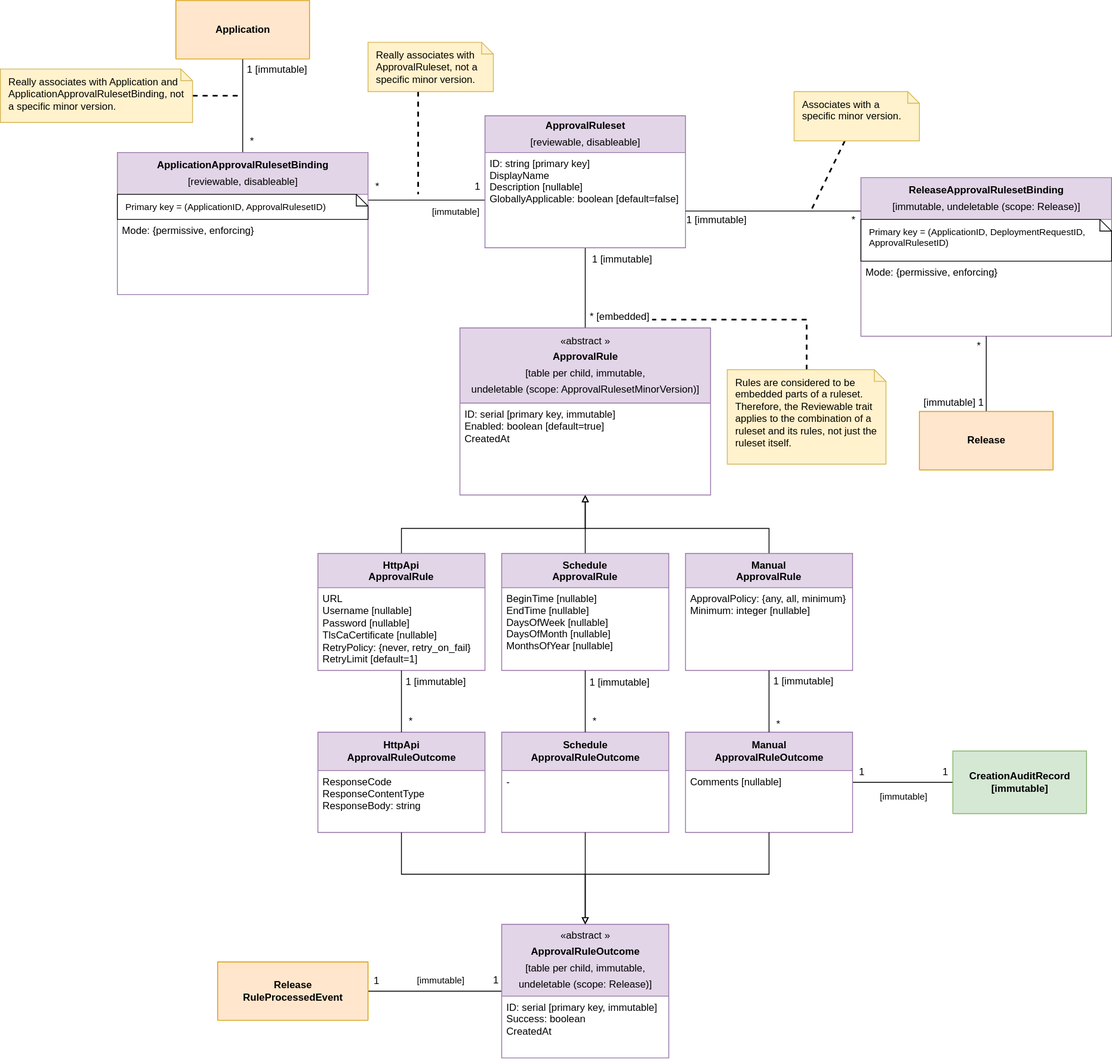
Before: devdocs/approval-rulesets-and-related.drawio.svg, a diagram exported from draw.io (fullstaq-labs/sqedule). Source tidied: cells renumbered, new cells last; positions are measured from the earlier drawing's top-left corner, leaving out a move shared by most shapes.
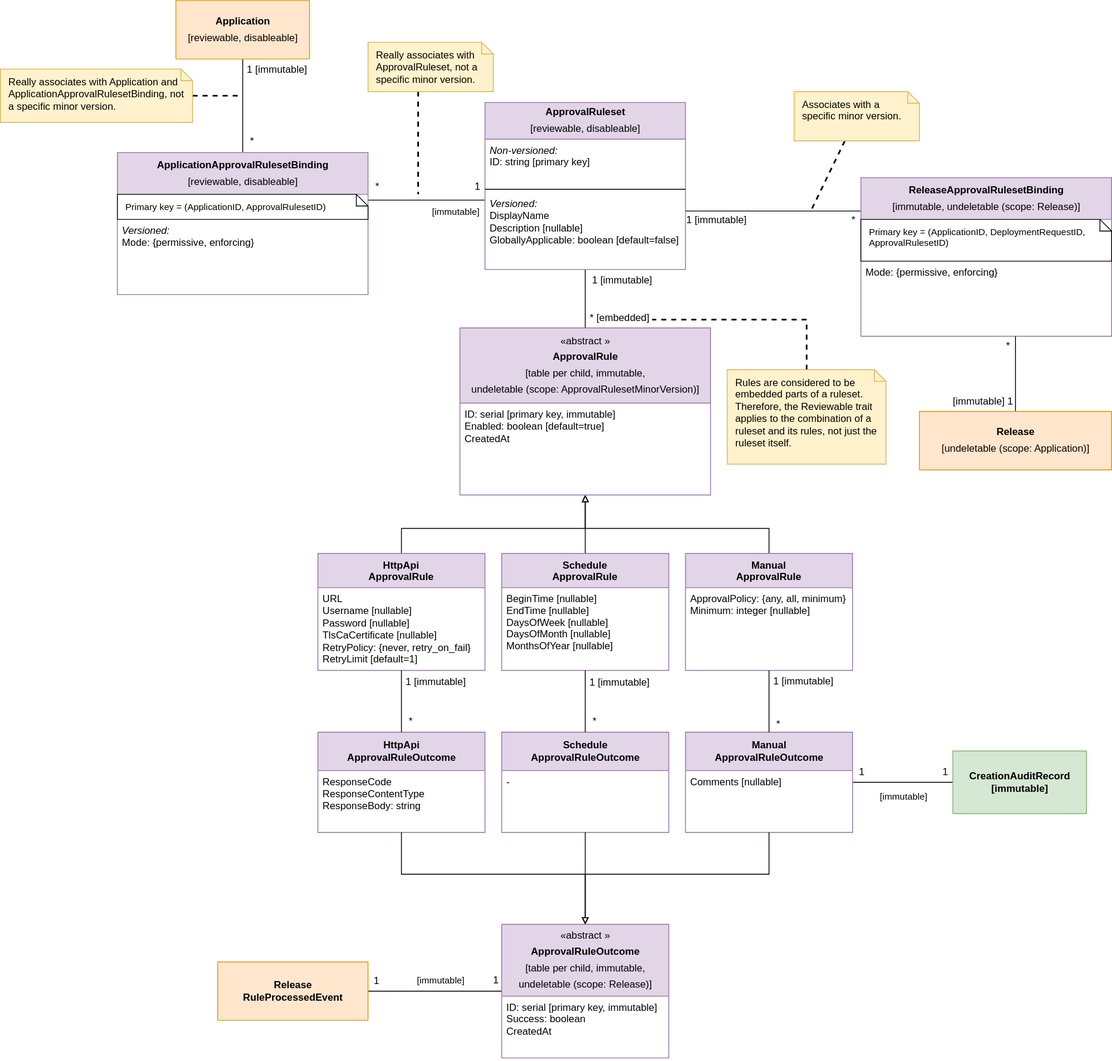
Above is the later version.

Commit message:
Clearly separate versioned and non-versioned fields in Reviewable's simple notation

Diff of the diagram source:
```diff
@@ -7,12 +7,12 @@
     </mxCell>
     <mxCell id="3" value="* [embedded]" style="edgeLabel;html=1;align=center;verticalAlign=middle;fontSize=12;" parent="2" vertex="1">
       <mxGeometry x="0.53" relative="1" as="geometry">
-        <mxPoint x="40" y="9" as="offset" />
+        <mxPoint x="40" y="4" as="offset" />
       </mxGeometry>
     </mxCell>
     <mxCell id="4" value="1 [immutable]" style="edgeLabel;html=1;align=center;verticalAlign=middle;fontSize=12;" parent="2" vertex="1">
       <mxGeometry x="0.64" y="72" relative="1" as="geometry">
-        <mxPoint x="-29" y="-66" as="offset" />
+        <mxPoint x="-29" y="-45" as="offset" />
       </mxGeometry>
     </mxCell>
     <mxCell id="5" style="edgeStyle=orthogonalEdgeStyle;rounded=0;sketch=0;jumpStyle=arc;jettySize=auto;html=1;endArrow=none;endFill=0;strokeColor=#000000;strokeWidth=1;fontSize=12;" parent="1" edge="1" source="44" target="17">
@@ -87,7 +87,7 @@
     <mxCell id="18" value="Primary key = (ApplicationID, ApprovalRulesetID)" style="shape=note;whiteSpace=wrap;html=1;size=14;verticalAlign=top;align=left;spacingTop=-6;fontSize=11;spacing=10;rotation=0;shadow=0;sketch=0;" parent="17" vertex="1">
       <mxGeometry y="50" width="300" height="30" as="geometry" />
     </mxCell>
-    <mxCell id="19" value="Mode: {permissive, enforcing}" style="text;strokeColor=none;fillColor=none;align=left;verticalAlign=top;spacingLeft=4;spacingRight=4;overflow=hidden;" parent="17" vertex="1">
+    <mxCell id="19" value="Versioned:&lt;br&gt;&lt;span style=&quot;font-style: normal&quot;&gt;Mode: {permissive, enforcing}&lt;/span&gt;" style="text;strokeColor=none;fillColor=none;align=left;verticalAlign=top;spacingLeft=4;spacingRight=4;overflow=hidden;fontStyle=2;html=1;" parent="17" vertex="1">
       <mxGeometry y="80" width="300" height="90" as="geometry" />
     </mxCell>
     <mxCell id="20" style="edgeStyle=orthogonalEdgeStyle;rounded=0;jumpStyle=arc;jettySize=auto;html=1;endArrow=none;endFill=0;strokeWidth=1;fontSize=12;" parent="1" edge="1" source="60" target="24">
@@ -175,12 +175,18 @@
       <mxGeometry y="41" width="200" height="99" as="geometry" />
     </mxCell>
     <mxCell id="44" value="&lt;p style=&quot;line-height: 160%&quot;&gt;ApprovalRuleset&lt;br&gt;&lt;span style=&quot;font-weight: normal&quot;&gt;[reviewable, disableable]&lt;/span&gt;&lt;/p&gt;" style="swimlane;fontStyle=1;horizontal=1;startSize=44;fillColor=#e1d5e7;strokeColor=#9673a6;swimlaneFillColor=#ffffff;html=1;" parent="1" vertex="1">
-      <mxGeometry x="580" y="138" width="240" height="158" as="geometry" />
+      <mxGeometry x="580" y="122" width="240" height="200" as="geometry" />
     </mxCell>
-    <mxCell id="45" value="ID: string [primary key]&#10;DisplayName&#10;Description [nullable]&#10;GloballyApplicable: boolean [default=false]" style="text;strokeColor=none;fillColor=none;align=left;verticalAlign=top;spacingLeft=4;spacingRight=4;overflow=hidden;points=[[0,0.5],[1,0.5]];portConstraint=eastwest;" parent="44" vertex="1">
-      <mxGeometry y="44" width="240" height="114" as="geometry" />
+    <mxCell id="45" value="&lt;i&gt;Non-versioned:&lt;/i&gt;&lt;br&gt;ID: string [primary key]" style="text;strokeColor=none;fillColor=none;align=left;verticalAlign=top;spacingLeft=4;spacingRight=4;overflow=hidden;points=[[0,0.5],[1,0.5]];portConstraint=eastwest;html=1;" parent="44" vertex="1">
+      <mxGeometry y="44" width="240" height="56" as="geometry" />
     </mxCell>
+    <mxCell id="77" style="line;strokeWidth=1;fillColor=none;align=left;verticalAlign=middle;spacingTop=-1;spacingLeft=3;spacingRight=3;labelPosition=right;" parent="44" vertex="1">
+      <mxGeometry y="100" width="240" height="8" as="geometry" />
+    </mxCell>
+    <mxCell id="78" value="Versioned:&lt;br&gt;&lt;span style=&quot;font-style: normal&quot;&gt;DisplayName&lt;br&gt;Description [nullable]&lt;br&gt;GloballyApplicable: boolean [default=false]&lt;/span&gt;" style="text;strokeColor=none;fillColor=none;align=left;verticalAlign=top;spacingLeft=4;spacingRight=4;overflow=hidden;fontStyle=2;html=1;" parent="44" vertex="1">
+      <mxGeometry y="108" width="240" height="92" as="geometry" />
+    </mxCell>
-    <mxCell id="46" value="&lt;b&gt;Application&lt;/b&gt;" style="swimlane;fontStyle=0;horizontal=1;startSize=84;fillColor=#ffe6cc;strokeColor=#d79b00;swimlaneFillColor=#ffffff;gradientColor=none;html=1;" parent="1" vertex="1" collapsed="1">
+    <mxCell id="46" value="&lt;span style=&quot;line-height: 160%&quot;&gt;&lt;b&gt;Application&lt;/b&gt;&lt;br&gt;[reviewable, disableable]&lt;br&gt;&lt;/span&gt;" style="swimlane;fontStyle=0;horizontal=1;startSize=84;fillColor=#ffe6cc;strokeColor=#d79b00;swimlaneFillColor=#ffffff;gradientColor=none;html=1;" parent="1" vertex="1" collapsed="1">
       <mxGeometry x="210" width="160" height="70" as="geometry" />
     </mxCell>
     <mxCell id="47" style="edgeStyle=orthogonalEdgeStyle;rounded=0;jumpStyle=arc;jettySize=auto;html=1;endArrow=block;endFill=0;strokeWidth=1;fontSize=12;" parent="1" edge="1" source="30" target="24">
@@ -267,7 +273,7 @@
     <mxCell id="64" value="Really associates with ApprovalRuleset, not a specific minor version." style="shape=note;whiteSpace=wrap;html=1;size=14;verticalAlign=top;align=left;spacingTop=-6;fontSize=12;spacing=10;fillColor=#fff2cc;strokeColor=#d6b656;sketch=0;" parent="1" vertex="1">
       <mxGeometry x="440" y="50" width="150" height="59" as="geometry" />
     </mxCell>
-    <mxCell id="65" style="edgeStyle=orthogonalEdgeStyle;rounded=0;jettySize=auto;html=1;endArrow=none;endFill=0;fontSize=12;" parent="1" edge="1" source="68" target="45">
+    <mxCell id="65" style="edgeStyle=orthogonalEdgeStyle;rounded=0;jettySize=auto;html=1;endArrow=none;endFill=0;fontSize=12;" parent="1" edge="1" source="68" target="44">
       <mxGeometry relative="1" as="geometry">
         <Array as="points">
           <mxPoint x="930" y="252" />
@@ -291,11 +297,16 @@
     <mxCell id="69" value="Primary key = (ApplicationID, DeploymentRequestID, ApprovalRulesetID)" style="shape=note;whiteSpace=wrap;html=1;size=14;verticalAlign=top;align=left;spacingTop=-6;fontSize=11;spacing=10;rotation=0;shadow=0;sketch=0;" parent="68" vertex="1">
       <mxGeometry y="50" width="300" height="50" as="geometry" />
     </mxCell>
-    <mxCell id="70" value="Mode: {permissive, enforcing}" style="text;strokeColor=none;fillColor=none;align=left;verticalAlign=top;spacingLeft=4;spacingRight=4;overflow=hidden;" parent="68" vertex="1">
+    <mxCell id="70" value="Mode: {permissive, enforcing}" style="text;strokeColor=none;fillColor=none;align=left;verticalAlign=top;spacingLeft=4;spacingRight=4;overflow=hidden;html=1;" parent="68" vertex="1">
       <mxGeometry y="100" width="300" height="90" as="geometry" />
     </mxCell>
     <mxCell id="71" style="edgeStyle=orthogonalEdgeStyle;rounded=0;jettySize=auto;html=1;endArrow=none;endFill=0;fontSize=12;" parent="1" edge="1" source="74" target="68">
-      <mxGeometry relative="1" as="geometry" />
+      <mxGeometry relative="1" as="geometry">
+        <Array as="points">
+          <mxPoint x="1215" y="422" />
+          <mxPoint x="1215" y="422" />
+        </Array>
+      </mxGeometry>
     </mxCell>
     <mxCell id="72" value="*" style="edgeLabel;html=1;align=center;verticalAlign=middle;fontSize=12;" parent="71" vertex="1">
       <mxGeometry x="0.76" relative="1" as="geometry">
@@ -304,11 +315,11 @@
     </mxCell>
     <mxCell id="73" value="[immutable] 1" style="edgeLabel;html=1;align=center;verticalAlign=middle;fontSize=12;" parent="71" vertex="1">
       <mxGeometry x="-0.76" y="4" relative="1" as="geometry">
-        <mxPoint x="-36" as="offset" />
+        <mxPoint x="-36" y="-2" as="offset" />
       </mxGeometry>
     </mxCell>
-    <mxCell id="74" value="&lt;b&gt;Release&lt;/b&gt;" style="swimlane;fontStyle=0;horizontal=1;startSize=84;fillColor=#ffe6cc;strokeColor=#d79b00;swimlaneFillColor=#ffffff;gradientColor=none;html=1;" parent="1" vertex="1" collapsed="1">
-      <mxGeometry x="1100" y="492" width="160" height="70" as="geometry" />
+    <mxCell id="74" value="&lt;p style=&quot;line-height: 160%&quot;&gt;&lt;b&gt;Release&lt;/b&gt;&lt;br&gt;[undeletable (scope: Application)]&lt;br&gt;&lt;/p&gt;" style="swimlane;fontStyle=0;horizontal=1;startSize=84;fillColor=#ffe6cc;strokeColor=#d79b00;swimlaneFillColor=#ffffff;gradientColor=none;html=1;" parent="1" vertex="1" collapsed="1">
+      <mxGeometry x="1100" y="492" width="230" height="70" as="geometry" />
     </mxCell>
     <mxCell id="75" style="rounded=0;jettySize=auto;html=1;endArrow=none;endFill=0;fontSize=12;strokeWidth=2;dashed=1;" parent="1" edge="1" source="76">
       <mxGeometry relative="1" as="geometry">
```
